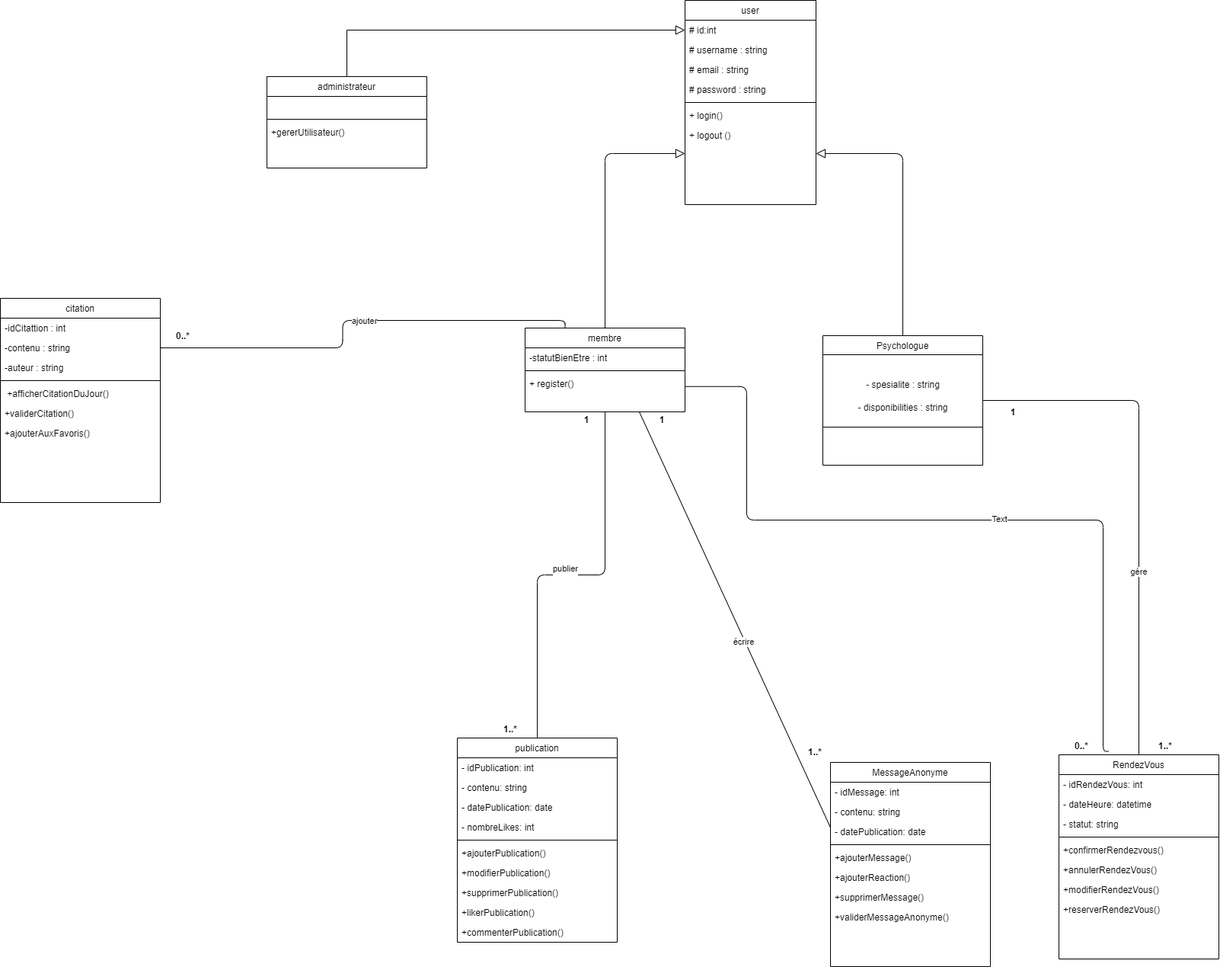
The draw.io diagram dossier principal/conception UML/diagramme de classe.drawio.png in HananeOubaha/projet-fil-rouge-, before a commit. Source tidied: cells renumbered, new cells last; positions are measured from the earlier drawing's top-left corner, leaving out a move shared by most shapes.
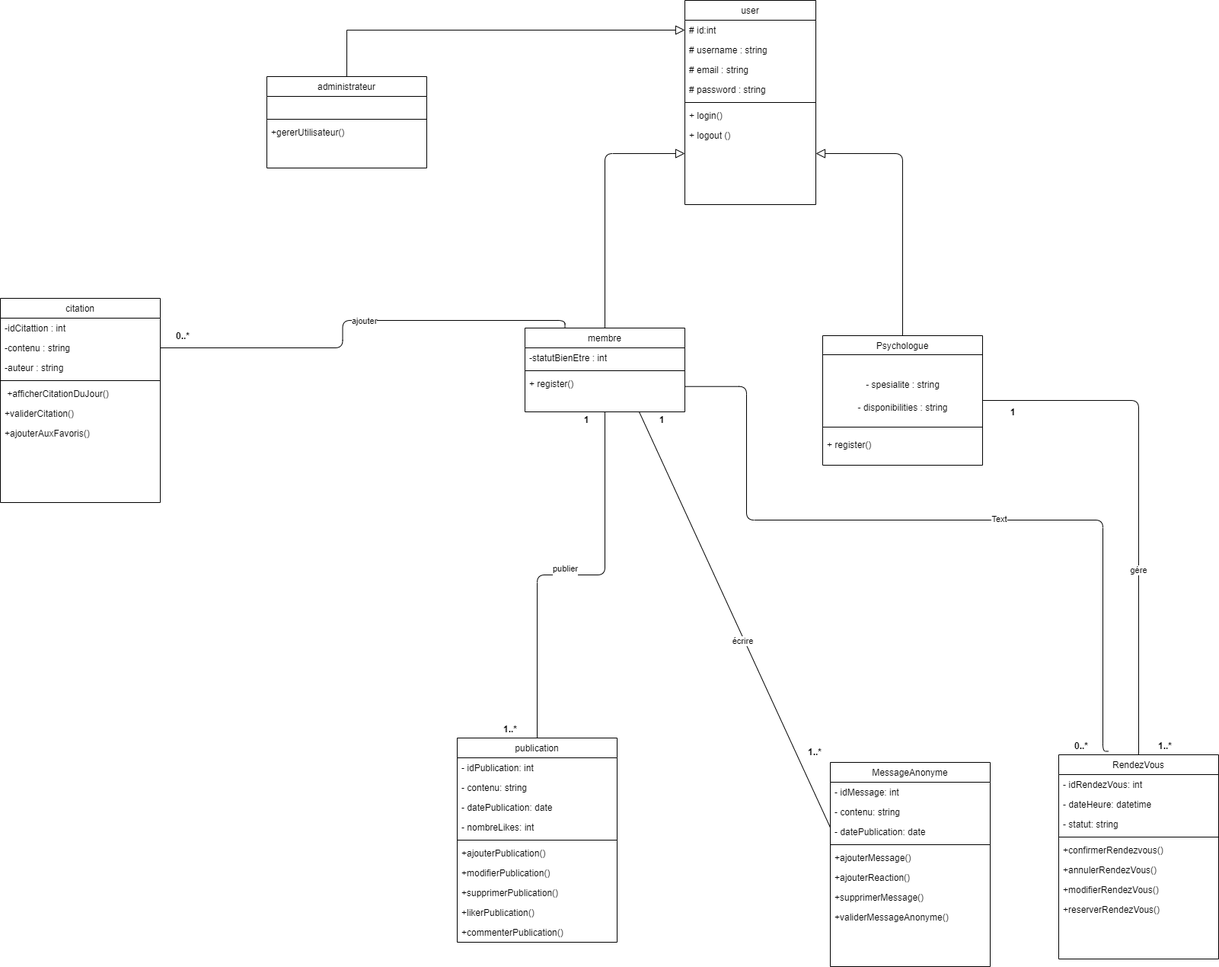
Above is the later version.

Change to the diagram source:
```diff
@@ -71,6 +71,9 @@
     <mxCell id="24" style="line;html=1;strokeWidth=1;align=left;verticalAlign=middle;spacingTop=-1;spacingLeft=3;spacingRight=3;labelPosition=right;" parent="20" vertex="1">
       <mxGeometry y="110" width="210" height="20" as="geometry" />
     </mxCell>
+    <mxCell id="82" value="+ register()" style="text;align=left;verticalAlign=top;spacingLeft=4;spacingRight=4;overflow=hidden;" parent="20" vertex="1">
+      <mxGeometry y="130" width="210" height="26" as="geometry" />
+    </mxCell>
     <mxCell id="25" style="endArrow=block;html=1;rounded=0;align=center;verticalAlign=bottom;endFill=0;labelBackgroundColor=none;endSize=10;exitX=0.5;exitY=0;exitDx=0;exitDy=0;entryX=0;entryY=0.5;entryDx=0;entryDy=0;edgeStyle=orthogonalEdgeStyle;" parent="1" edge="1" source="10" target="3">
       <mxGeometry relative="1" as="geometry" />
     </mxCell>
```
